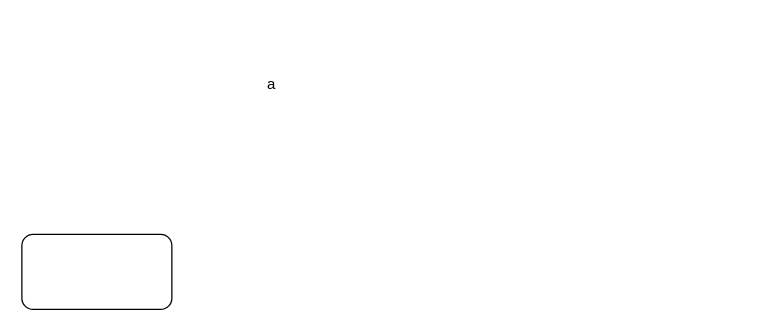
Earlier version of the draw.io diagram padding_left.drawio (Qantas94Heavy/COMP1511-20T2). Source tidied: cells renumbered, new cells numbered last; positions are measured from the earlier drawing's top-left corner, leaving out a move shared by most shapes. Both pictures are drawn from the tidied source at 125%, with x=0, y=0 at pixel (21, 71).
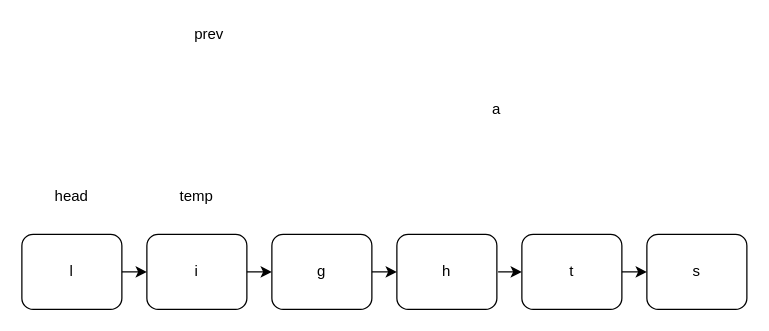
The same page after the edit.

The edit, as a diff of the source:
```diff
@@
 <mxGraphModel>
   <root>
     <mxCell id="0" />
     <mxCell id="1" parent="0" />
-    <mxCell id="2" style="rounded=1;whiteSpace=wrap;html=1;" parent="1" vertex="1">
-      <mxGeometry y="130" width="120" height="60" as="geometry" />
+    <mxCell id="2" value="l" style="rounded=1;whiteSpace=wrap;html=1;" parent="1" vertex="1">
+      <mxGeometry y="130" width="80" height="60" as="geometry" />
     </mxCell>
     <mxCell id="3" value="a" style="text;html=1;strokeColor=none;fillColor=none;align=center;verticalAlign=middle;whiteSpace=wrap;rounded=0;" parent="1" vertex="1">
-      <mxGeometry x="180" width="40" height="20" as="geometry" />
+      <mxGeometry x="360" y="20" width="40" height="20" as="geometry" />
     </mxCell>
+    <mxCell id="4" value="i" style="rounded=1;whiteSpace=wrap;html=1;" parent="1" vertex="1">
+      <mxGeometry x="100" y="130" width="80" height="60" as="geometry" />
+    </mxCell>
+    <mxCell id="5" value="g" style="rounded=1;whiteSpace=wrap;html=1;" parent="1" vertex="1">
+      <mxGeometry x="200" y="130" width="80" height="60" as="geometry" />
+    </mxCell>
+    <mxCell id="6" value="h" style="rounded=1;whiteSpace=wrap;html=1;" parent="1" vertex="1">
+      <mxGeometry x="300" y="130" width="80" height="60" as="geometry" />
+    </mxCell>
+    <mxCell id="7" value="t" style="rounded=1;whiteSpace=wrap;html=1;" parent="1" vertex="1">
+      <mxGeometry x="400" y="130" width="80" height="60" as="geometry" />
+    </mxCell>
+    <mxCell id="8" value="s" style="rounded=1;whiteSpace=wrap;html=1;" parent="1" vertex="1">
+      <mxGeometry x="500" y="130" width="80" height="60" as="geometry" />
+    </mxCell>
+    <mxCell id="9" style="endArrow=classic;html=1;entryX=0;entryY=0.5;entryDx=0;entryDy=0;exitX=1;exitY=0.5;exitDx=0;exitDy=0;" parent="1" edge="1" source="2" target="4">
+      <mxGeometry relative="1" as="geometry" />
+    </mxCell>
+    <mxCell id="10" style="endArrow=classic;html=1;entryX=0;entryY=0.5;entryDx=0;entryDy=0;exitX=1;exitY=0.5;exitDx=0;exitDy=0;" parent="1" edge="1" source="4" target="5">
+      <mxGeometry relative="1" as="geometry" />
+    </mxCell>
+    <mxCell id="11" style="endArrow=classic;html=1;entryX=0;entryY=0.5;entryDx=0;entryDy=0;exitX=1;exitY=0.5;exitDx=0;exitDy=0;" parent="1" edge="1" source="5" target="6">
+      <mxGeometry relative="1" as="geometry" />
+    </mxCell>
+    <mxCell id="12" style="endArrow=classic;html=1;entryX=0;entryY=0.5;entryDx=0;entryDy=0;" parent="1" edge="1" target="7">
+      <mxGeometry relative="1" as="geometry">
+        <mxPoint x="381" y="160" as="sourcePoint" />
+      </mxGeometry>
+    </mxCell>
+    <mxCell id="13" style="endArrow=classic;html=1;entryX=0;entryY=0.5;entryDx=0;entryDy=0;exitX=1;exitY=0.5;exitDx=0;exitDy=0;" parent="1" edge="1" source="7" target="8">
+      <mxGeometry relative="1" as="geometry" />
+    </mxCell>
+    <mxCell id="14" value="head" style="text;html=1;strokeColor=none;fillColor=none;align=center;verticalAlign=middle;whiteSpace=wrap;rounded=0;" parent="1" vertex="1">
+      <mxGeometry x="20" y="90" width="40" height="20" as="geometry" />
+    </mxCell>
+    <mxCell id="15" value="prev" style="text;html=1;strokeColor=none;fillColor=none;align=center;verticalAlign=middle;whiteSpace=wrap;rounded=0;" parent="1" vertex="1">
+      <mxGeometry x="130" y="-40" width="40" height="20" as="geometry" />
+    </mxCell>
+    <mxCell id="16" value="temp" style="text;html=1;strokeColor=none;fillColor=none;align=center;verticalAlign=middle;whiteSpace=wrap;rounded=0;" parent="1" vertex="1">
+      <mxGeometry x="120" y="90" width="40" height="20" as="geometry" />
+    </mxCell>
   </root>
 </mxGraphModel>
```
